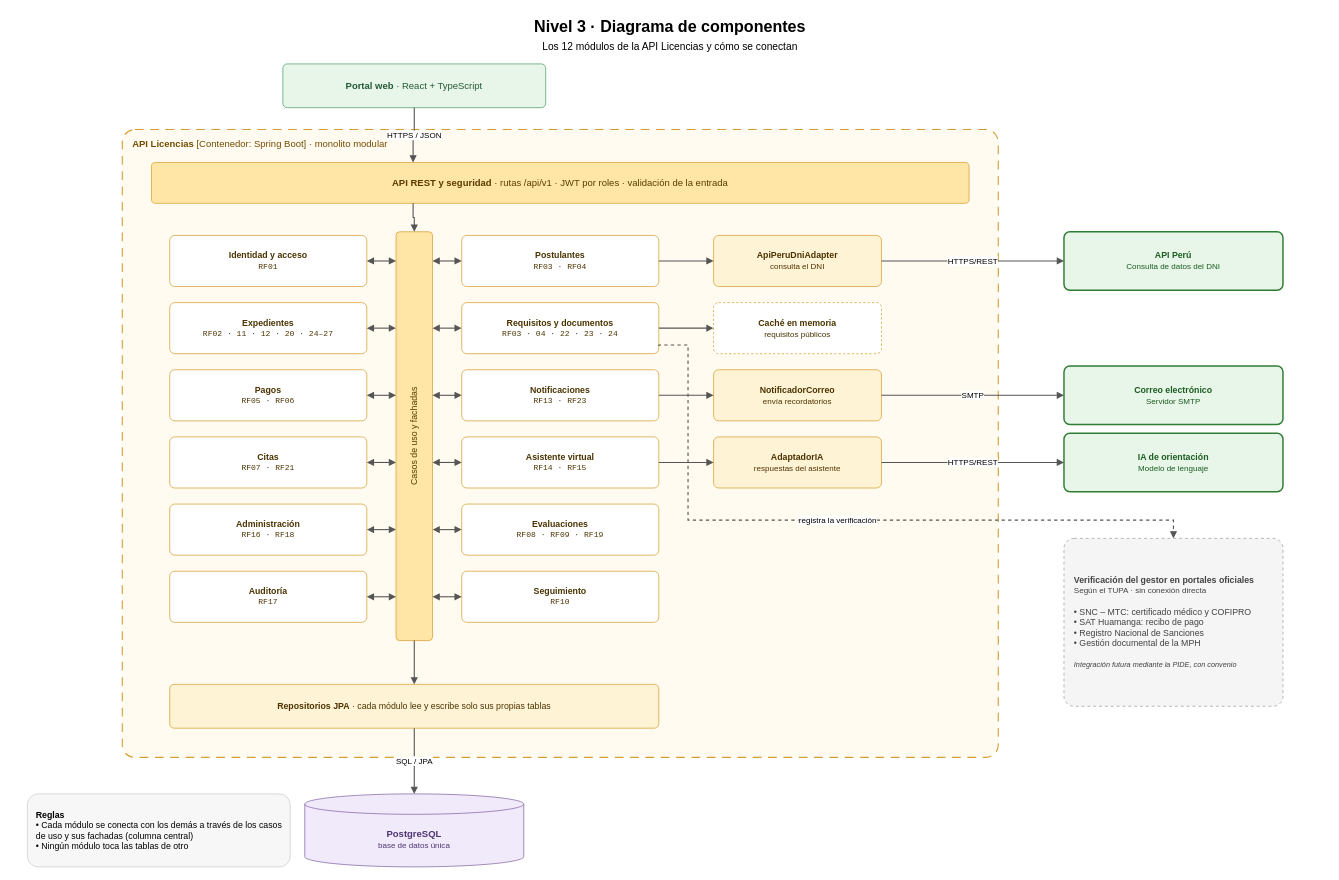
Above: img/fuentes/nivel3-componentes.drawio in AdirNC-27/sistema-licencias-conducir-arquitectura (draw.io), before the change. Source tidied: cells renumbered, new cells numbered last; positions are measured from the earlier drawing's top-left corner, leaving out a move shared by most shapes. Both pictures are drawn from the tidied source at 73%, with x=0, y=0 at pixel (12, 12).
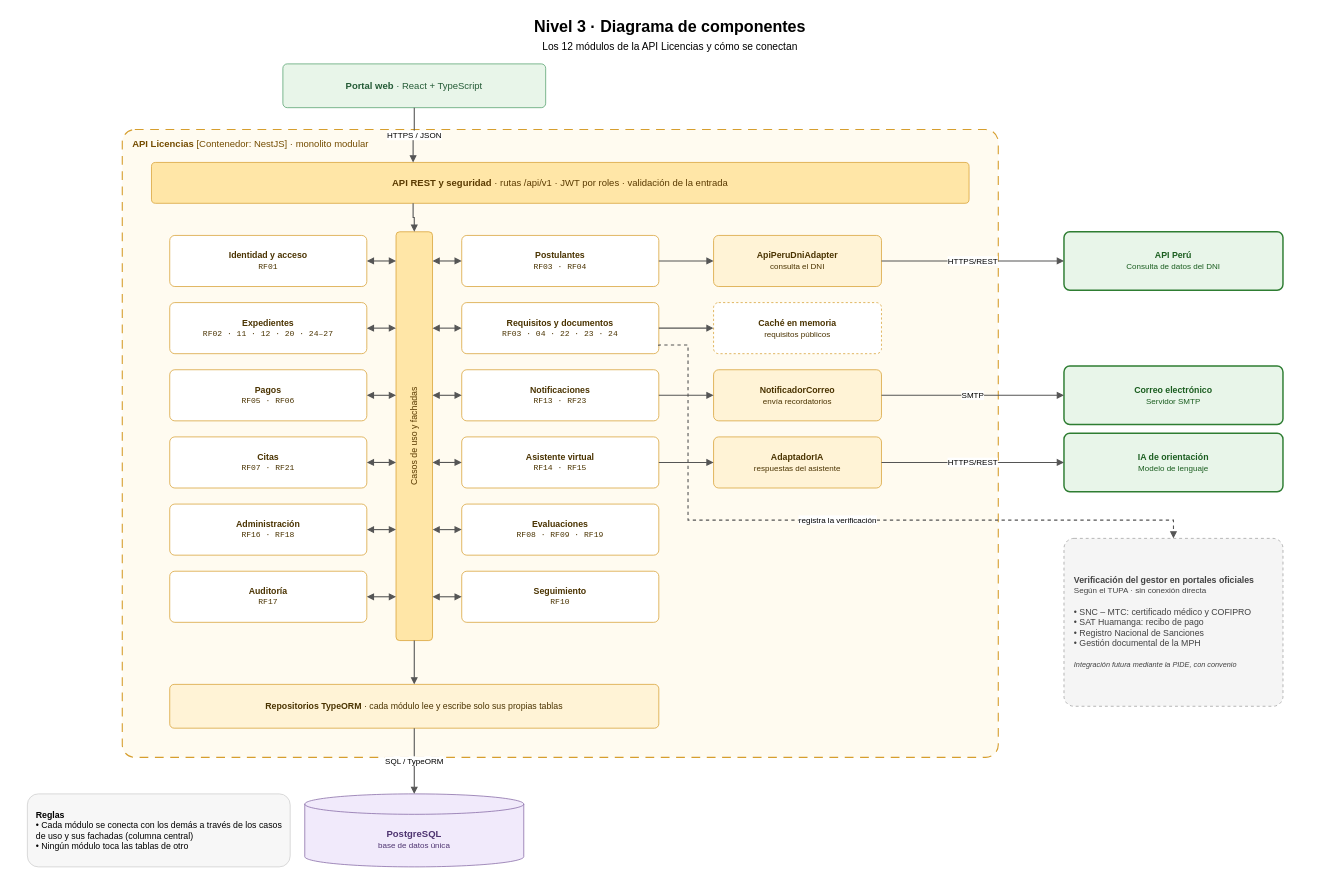
The same diagram, later.

Unchanged cells that the change refers to:
```xml
<mxCell id="50" value="&lt;b&gt;PostgreSQL&lt;/b&gt;&lt;br&gt;&lt;span style='font-size:11px'&gt;base de datos única&lt;/span&gt;" style="shape=cylinder3;whiteSpace=wrap;html=1;boundedLbl=1;size=14;fontSize=13;fontFamily=Helvetica;fillColor=#F1EAFB;strokeColor=#8064A2;fontColor=#4E3470;" parent="1" vertex="1">
  <mxGeometry x="400" y="1070" width="300" height="100" as="geometry" />
</mxCell>
```

Change to the diagram source:
```diff
@@
-    <mxCell id="5" value="&lt;b&gt;API Licencias&lt;/b&gt; [Contenedor: Spring Boot] · monolito modular" style="rounded=1;arcSize=2;whiteSpace=wrap;html=1;dashed=1;dashPattern=8 6;fillColor=#FFFBF0;strokeColor=#D69E2E;strokeWidth=1.5;verticalAlign=top;align=left;spacingLeft=12;spacingTop=6;fontSize=13;fontColor=#744C00;fontFamily=Helvetica;" parent="1" vertex="1">
+    <mxCell id="5" value="&lt;b&gt;API Licencias&lt;/b&gt; [Contenedor: NestJS] · monolito modular" style="rounded=1;arcSize=2;whiteSpace=wrap;html=1;dashed=1;dashPattern=8 6;fillColor=#FFFBF0;strokeColor=#D69E2E;strokeWidth=1.5;verticalAlign=top;align=left;spacingLeft=12;spacingTop=6;fontSize=13;fontColor=#744C00;fontFamily=Helvetica;" parent="1" vertex="1">
       <mxGeometry x="150" y="160" width="1200" height="860" as="geometry" />
     </mxCell>
@@
-    <mxCell id="48" value="&lt;b&gt;Repositorios JPA&lt;/b&gt; · cada módulo lee y escribe solo sus propias tablas" style="rounded=1;arcSize=10;whiteSpace=wrap;html=1;fontSize=13;fontFamily=Helvetica;fillColor=#FFFFFF;strokeColor=#D69E2E;fontColor=#4A3300;fontSize=12;fillColor=#FFF3D6;" parent="1" vertex="1">
+    <mxCell id="48" value="&lt;b&gt;Repositorios TypeORM&lt;/b&gt; · cada módulo lee y escribe solo sus propias tablas" style="rounded=1;arcSize=10;whiteSpace=wrap;html=1;fontSize=13;fontFamily=Helvetica;fillColor=#FFFFFF;strokeColor=#D69E2E;fontColor=#4A3300;fontSize=12;fillColor=#FFF3D6;" parent="1" vertex="1">
       <mxGeometry x="215" y="920" width="670" height="60" as="geometry" />
     </mxCell>
@@
-    <mxCell id="51" value="SQL / JPA" style="edgeStyle=orthogonalEdgeStyle;rounded=0;html=1;endArrow=block;endFill=1;strokeColor=#555555;strokeWidth=1.5;fontSize=11;labelBackgroundColor=#FFFFFF;fontFamily=Helvetica;" parent="1" edge="1" source="48" target="50">
+    <mxCell id="51" value="SQL / TypeORM" style="edgeStyle=orthogonalEdgeStyle;rounded=0;html=1;endArrow=block;endFill=1;strokeColor=#555555;strokeWidth=1.5;fontSize=11;labelBackgroundColor=#FFFFFF;fontFamily=Helvetica;" parent="1" edge="1" source="48" target="50">
       <mxGeometry relative="1" as="geometry" />
     </mxCell>
```
